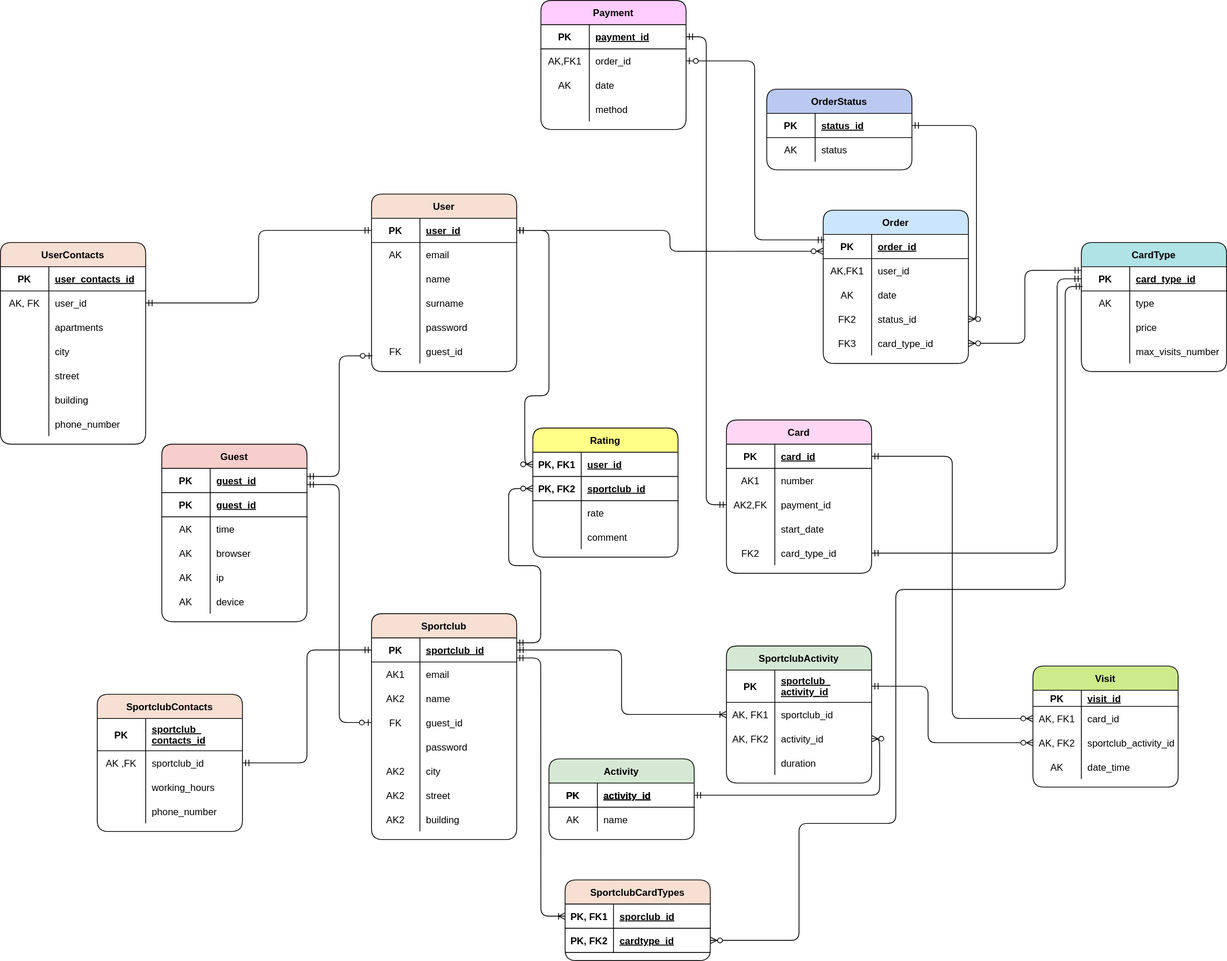
Nataly-git/multisport keeps this draw.io diagram as Design/Diagrams/MultisportLogicalModel.drawio.svg. Above is the earlier version. Source tidied: cells renumbered, new cells last; positions are measured from the earlier drawing's top-left corner, leaving out a move shared by most shapes.
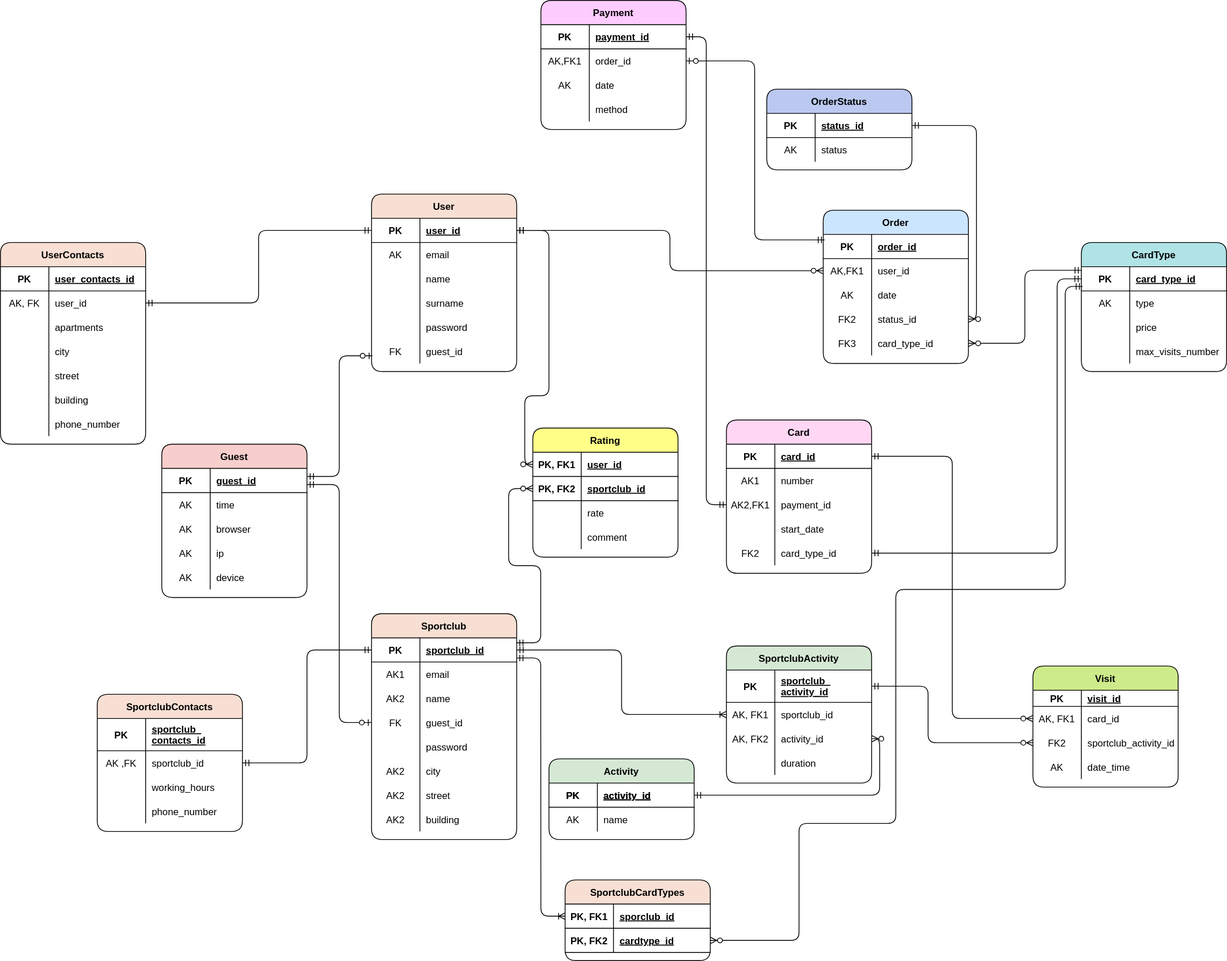
After the commit.

The edit, as a diff of the source:
```diff
@@ -3,7 +3,7 @@
     <mxCell id="0" />
     <mxCell id="1" parent="0" />
     <mxCell id="2" value="Guest" style="shape=table;startSize=30;rowLines=0;fontStyle=1;align=center;fillColor=#F8CECC;rounded=1;" parent="1" vertex="1">
-      <mxGeometry x="200" y="550" width="180" height="220" as="geometry" />
+      <mxGeometry x="200" y="550" width="180" height="190" as="geometry" />
     </mxCell>
     <mxCell id="3" style="shape=tableRow;horizontal=0;startSize=0;swimlaneHead=0;swimlaneBody=0;fillColor=none;top=0;left=0;right=0;bottom=1;" parent="2" vertex="1">
       <mxGeometry y="30" width="180" height="30" as="geometry" />
@@ -14,17 +14,8 @@
     <mxCell id="5" value="guest_id" style="shape=partialRectangle;fillColor=none;top=0;left=0;bottom=0;right=0;align=left;spacingLeft=6;fontStyle=5;overflow=hidden;" parent="3" vertex="1">
       <mxGeometry x="60" width="120" height="30" as="geometry" />
     </mxCell>
-    <mxCell id="6" style="shape=tableRow;horizontal=0;startSize=0;swimlaneHead=0;swimlaneBody=0;fillColor=none;top=0;left=0;right=0;bottom=1;" parent="2" vertex="1">
-      <mxGeometry y="60" width="180" height="30" as="geometry" />
-    </mxCell>
-    <mxCell id="7" value="PK" style="shape=partialRectangle;fillColor=none;top=0;left=0;bottom=0;right=0;fontStyle=1;overflow=hidden;" parent="6" vertex="1">
-      <mxGeometry width="60" height="30" as="geometry" />
-    </mxCell>
-    <mxCell id="8" value="guest_id" style="shape=partialRectangle;fillColor=none;top=0;left=0;bottom=0;right=0;align=left;spacingLeft=6;fontStyle=5;overflow=hidden;" parent="6" vertex="1">
-      <mxGeometry x="60" width="120" height="30" as="geometry" />
-    </mxCell>
     <mxCell id="9" style="shape=tableRow;horizontal=0;startSize=0;swimlaneHead=0;swimlaneBody=0;fillColor=none;top=0;left=0;right=0;bottom=0;" parent="2" vertex="1">
-      <mxGeometry y="90" width="180" height="30" as="geometry" />
+      <mxGeometry y="60" width="180" height="30" as="geometry" />
     </mxCell>
     <mxCell id="10" value="AK" style="shape=partialRectangle;fillColor=none;top=0;left=0;bottom=0;right=0;overflow=hidden;" parent="9" vertex="1">
       <mxGeometry width="60" height="30" as="geometry" />
@@ -33,7 +24,7 @@
       <mxGeometry x="60" width="120" height="30" as="geometry" />
     </mxCell>
     <mxCell id="12" style="shape=tableRow;horizontal=0;startSize=0;swimlaneHead=0;swimlaneBody=0;fillColor=none;top=0;left=0;right=0;bottom=0;" parent="2" vertex="1">
-      <mxGeometry y="120" width="180" height="30" as="geometry" />
+      <mxGeometry y="90" width="180" height="30" as="geometry" />
     </mxCell>
     <mxCell id="13" value="AK" style="shape=partialRectangle;fillColor=none;top=0;left=0;bottom=0;right=0;overflow=hidden;" parent="12" vertex="1">
       <mxGeometry width="60" height="30" as="geometry" />
@@ -42,7 +33,7 @@
       <mxGeometry x="60" width="120" height="30" as="geometry" />
     </mxCell>
     <mxCell id="15" style="shape=tableRow;horizontal=0;startSize=0;swimlaneHead=0;swimlaneBody=0;fillColor=none;top=0;left=0;right=0;bottom=0;" parent="2" vertex="1">
-      <mxGeometry y="150" width="180" height="30" as="geometry" />
+      <mxGeometry y="120" width="180" height="30" as="geometry" />
     </mxCell>
     <mxCell id="16" value="AK" style="shape=partialRectangle;fillColor=none;top=0;left=0;bottom=0;right=0;overflow=hidden;" parent="15" vertex="1">
       <mxGeometry width="60" height="30" as="geometry" />
@@ -51,7 +42,7 @@
       <mxGeometry x="60" width="120" height="30" as="geometry" />
     </mxCell>
     <mxCell id="18" style="shape=tableRow;horizontal=0;startSize=0;swimlaneHead=0;swimlaneBody=0;fillColor=none;top=0;left=0;right=0;bottom=0;" parent="2" vertex="1">
-      <mxGeometry y="180" width="180" height="30" as="geometry" />
+      <mxGeometry y="150" width="180" height="30" as="geometry" />
     </mxCell>
     <mxCell id="19" value="AK" style="shape=partialRectangle;fillColor=none;top=0;left=0;bottom=0;right=0;overflow=hidden;" parent="18" vertex="1">
       <mxGeometry width="60" height="30" as="geometry" />
@@ -561,7 +552,7 @@
     <mxCell id="185" style="edgeStyle=entityRelationEdgeStyle;fontSize=12;html=1;endArrow=ERzeroToMany;startArrow=ERmandOne;rounded=1;exitX=0.999;exitY=0.205;exitDx=0;exitDy=0;entryX=0;entryY=0.5;entryDx=0;entryDy=0;exitPerimeter=0;" parent="1" edge="1" source="41" target="91">
       <mxGeometry relative="1" as="geometry" />
     </mxCell>
-    <mxCell id="186" style="edgeStyle=orthogonalEdgeStyle;fontSize=12;html=1;endArrow=ERzeroToMany;startArrow=ERmandOne;rounded=1;exitX=1;exitY=0.5;exitDx=0;exitDy=0;entryX=0;entryY=0.696;entryDx=0;entryDy=0;entryPerimeter=0;" parent="1" edge="1" source="22" target="128">
+    <mxCell id="186" style="edgeStyle=orthogonalEdgeStyle;fontSize=12;html=1;endArrow=ERzeroToMany;startArrow=ERmandOne;rounded=1;exitX=1;exitY=0.5;exitDx=0;exitDy=0;entryX=0;entryY=0.5;entryDx=0;entryDy=0;" parent="1" edge="1" source="22" target="131">
       <mxGeometry relative="1" as="geometry" />
     </mxCell>
     <mxCell id="187" value="Card" style="shape=table;startSize=30;rowLines=0;fontStyle=1;align=center;fillColor=#FFD6F3;rounded=1;" parent="1" vertex="1">
@@ -588,7 +579,7 @@
     <mxCell id="194" style="shape=tableRow;horizontal=0;startSize=0;swimlaneHead=0;swimlaneBody=0;fillColor=none;points=[[0,0.5],[1,0.5]];portConstraint=eastwest;top=0;left=0;right=0;bottom=0;" parent="187" vertex="1">
       <mxGeometry y="90" width="180" height="30" as="geometry" />
     </mxCell>
-    <mxCell id="195" value="AK2,FK" style="shape=partialRectangle;fillColor=none;top=0;left=0;bottom=0;right=0;overflow=hidden;" parent="194" vertex="1">
+    <mxCell id="195" value="AK2,FK1" style="shape=partialRectangle;fillColor=none;top=0;left=0;bottom=0;right=0;overflow=hidden;" parent="194" vertex="1">
       <mxGeometry width="60" height="30" as="geometry" />
     </mxCell>
     <mxCell id="196" value="payment_id" style="shape=partialRectangle;fillColor=none;top=0;left=0;bottom=0;right=0;align=left;spacingLeft=6;overflow=hidden;" parent="194" vertex="1">
@@ -644,7 +635,7 @@
     <mxCell id="211" style="shape=tableRow;horizontal=0;startSize=0;swimlaneHead=0;swimlaneBody=0;fillColor=none;points=[[0,0.5],[1,0.5]];portConstraint=eastwest;top=0;left=0;right=0;bottom=0;" parent="204" vertex="1">
       <mxGeometry y="80" width="180" height="30" as="geometry" />
     </mxCell>
-    <mxCell id="212" value="AK, FK2" style="shape=partialRectangle;fillColor=none;top=0;left=0;bottom=0;right=0;overflow=hidden;" parent="211" vertex="1">
+    <mxCell id="212" value="FK2" style="shape=partialRectangle;fillColor=none;top=0;left=0;bottom=0;right=0;overflow=hidden;" parent="211" vertex="1">
       <mxGeometry width="60" height="30" as="geometry" />
     </mxCell>
     <mxCell id="213" value="sportclub_activity_id" style="shape=partialRectangle;fillColor=none;top=0;left=0;bottom=0;right=0;align=left;spacingLeft=6;overflow=hidden;" parent="211" vertex="1">
```
